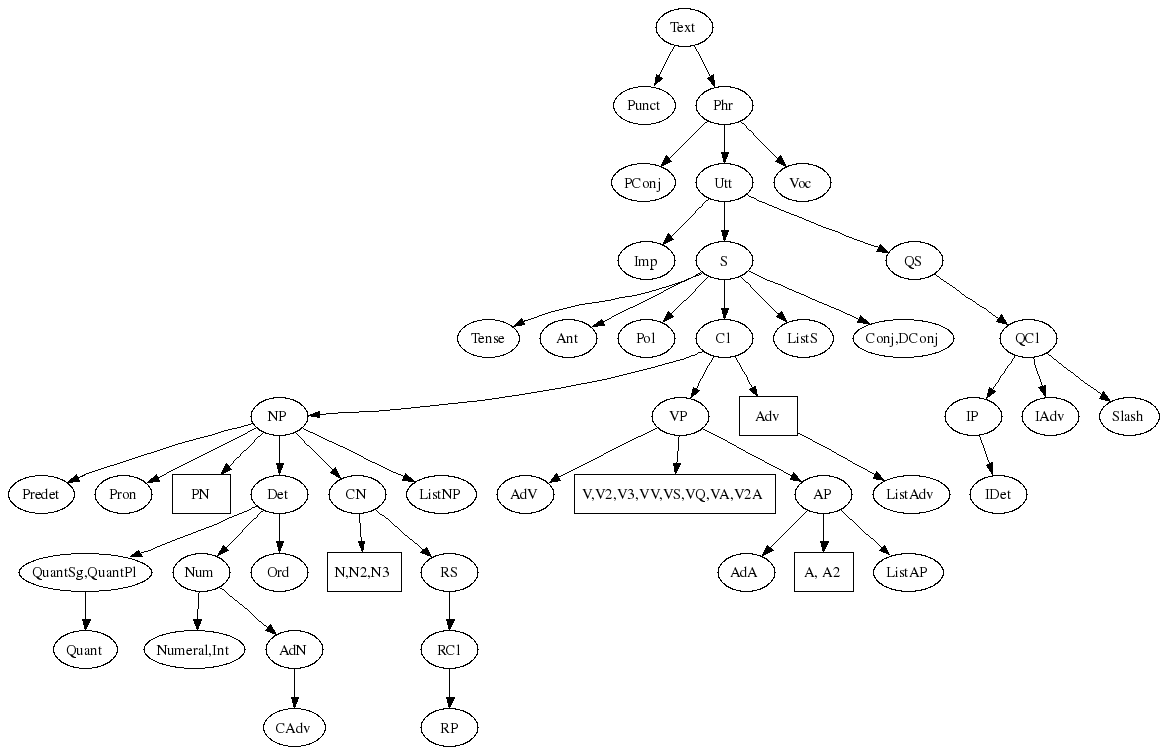
Above: resource-1.0/doc/categories.png in GrammaticalFramework/gf-rgl (Graphviz), before the change. Its source is kept beside it as resource-1.0/doc/categories.dot. Its diagram source:
```dot
digraph {

size = "12,8" ;

Text [style = "solid", shape = "ellipse"];
Text -> Punct  [style = "solid"];
Text -> Phr [style = "solid"];

Punct [style = "solid", shape = "ellipse"];

Phr [style = "solid", shape = "ellipse"];
Phr -> PConj [style = "solid"];
Phr -> Utt [style = "solid"];
Phr -> Voc [style = "solid"];

PConj [style = "solid", shape = "ellipse"];
Voc [style = "solid", shape = "ellipse"];

Utt [style = "solid", shape = "ellipse"];
Utt -> Imp [style = "solid"];
Utt -> S [style = "solid"];
Utt -> QS [style = "solid"];

Imp [style = "solid", shape = "ellipse"];

S [style = "solid", shape = "ellipse"];
S -> Tense [style = "solid"];
S -> Ant [style = "solid"];
S -> Pol [style = "solid"];
S -> Cl [style = "solid"];
S -> ListS [style = "solid"];
S -> Conjs [style = "solid"];

Conjs [label = "Conj,DConj", style = "solid", shape = "ellipse"];

Tense [style = "solid", shape = "ellipse"];
Ant [style = "solid", shape = "ellipse"];
Pol [style = "solid", shape = "ellipse"];

Cl [style = "solid", shape = "ellipse"];
Cl -> NP [style = "solid"];
Cl -> VP [style = "solid"];
Cl -> Adv [style = "solid"];

Adv [style = "solid", shape = "rectangle"];
Adv -> ListAdv [style = "solid"];


NP [style = "solid", shape = "ellipse"];
NP -> Predet [style = "solid"];
NP -> Pron [style = "solid"];
NP -> PN [style = "solid"];
NP -> Det [style = "solid"];
NP -> CN [style = "solid"];
NP -> ListNP [style = "solid"];

Predet [style = "solid", shape = "ellipse"];

Pron [style = "solid", shape = "ellipse"];
PN [style = "solid", shape = "rectangle"];

Det [style = "solid", shape = "ellipse"];
Det -> Quants [style = "solid"];
Det -> Num [style = "solid"];
Det -> Ord [style = "solid"];


Quants [label = "QuantSg,QuantPl", style = "solid", shape = "ellipse"];
Quants -> Quant [style = "solid"];

Quant [style = "solid", shape = "ellipse"];


Num [style = "solid", shape = "ellipse"];
Num -> Numerals [style = "solid"];
Num -> AdN [style = "solid"];

AdN [style = "solid", shape = "ellipse"];
AdN -> CAdv [style = "solid"];


Numerals [label = "Numeral,Int", style = "solid", shape = "ellipse"];


Ord [style = "solid", shape = "ellipse"];

CN [style = "solid", shape = "ellipse"];
CN -> Ns [style = "solid"];
CN -> RS [style = "solid"];

Ns [label = "N,N2,N3", style = "solid", shape = "rectangle"];


VP [style = "solid", shape = "ellipse"];
VP -> AdV [style = "solid"];
VP -> Vs [style = "solid"];
VP -> AP [style = "solid"];

AdV [style = "solid", shape = "ellipse"];

Vs [label = "V,V2,V3,VV,VS,VQ,VA,V2A", style = "solid", shape = "rectangle"];

AP [style = "solid", shape = "ellipse"];
AP -> AdA [style = "solid"];
AP -> As [style = "solid"];
AP -> ListAP [style = "solid"];

As [label = "A, A2", style = "solid", shape = "rectangle"];




QS [style = "solid", shape = "ellipse"];
QS -> QCl [style = "solid"];

QCl [style = "solid", shape = "ellipse"];
QCl -> IP [style = "solid"];
QCl -> IAdv [style = "solid"];
QCl -> Slash [style = "solid"];

IP [style = "solid", shape = "ellipse"];
IP -> IDet [style = "solid"];

IDet [style = "solid", shape = "ellipse"];

IAdv [style = "solid", shape = "ellipse"];

Slash [style = "solid", shape = "ellipse"];

RS [style = "solid", shape = "ellipse"];
RS -> RCl [style = "solid"];

RCl [style = "solid", shape = "ellipse"];
RCl -> RP [style = "solid"];

RP [style = "solid", shape = "ellipse"];


}
```
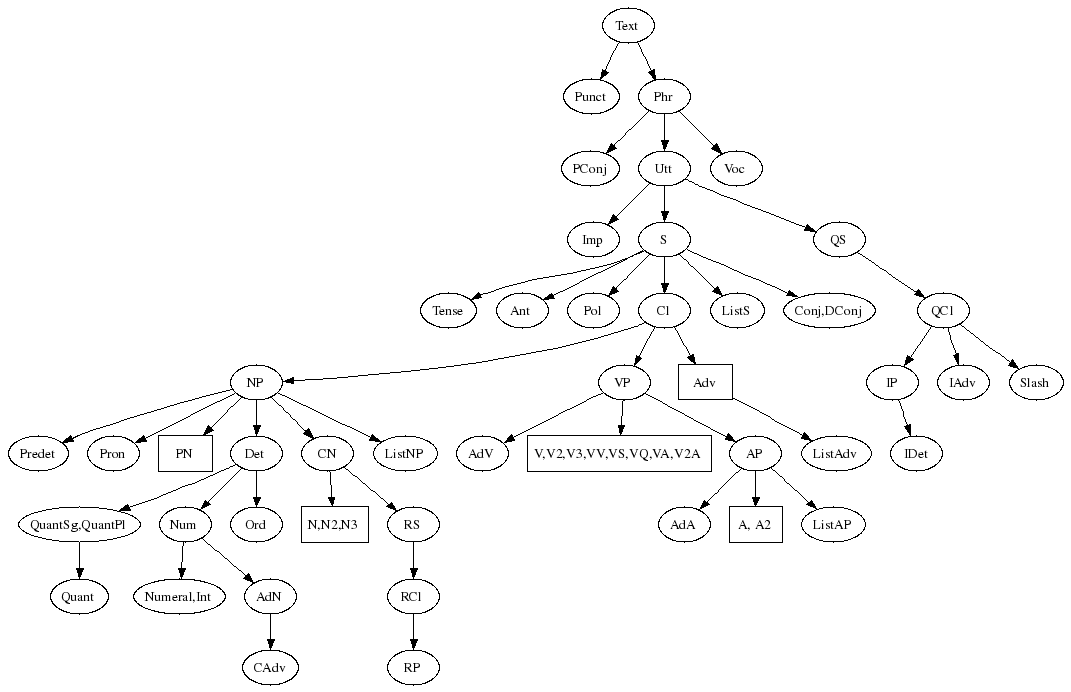
After the change.

Commit message:
table size in synopsis

What changed in the source:
```diff
@@ -1,6 +1,6 @@
 digraph {
 
-size = "12,8" ;
+size = "11,11" ;
 
 Text [style = "solid", shape = "ellipse"];
 Text -> Punct  [style = "solid"];
```
